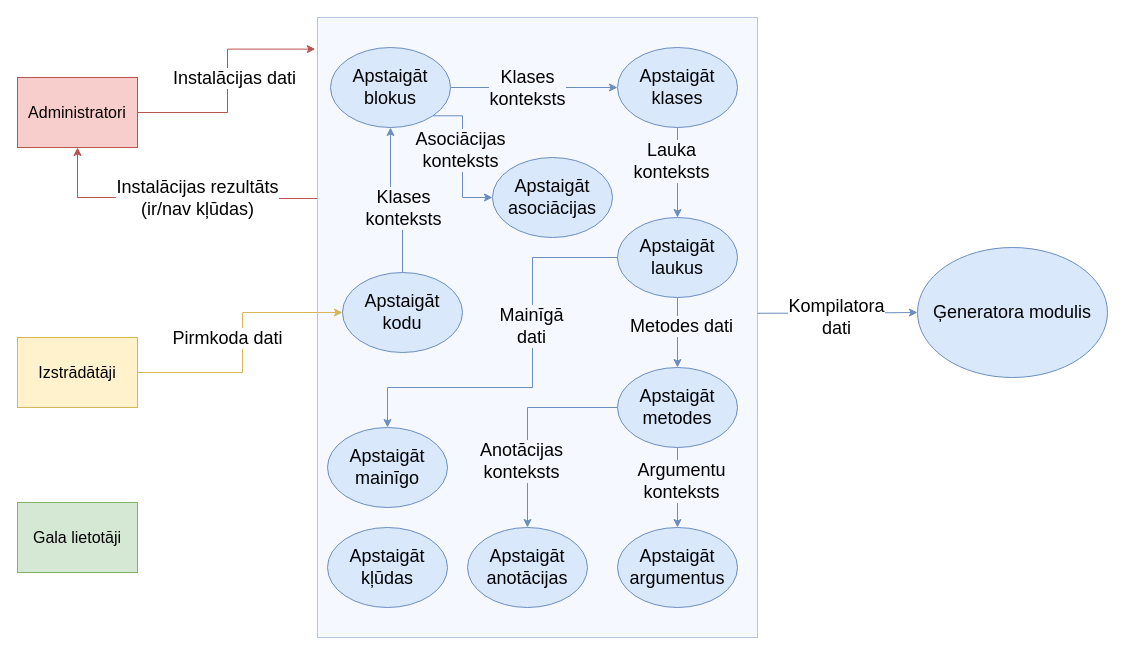
Above: page "Kompilatora modulis" (4 of 9) of src/Kvalifikacijas darbs/arhitektura.drawio in artiks12/webAppOS (draw.io), before the change. Source tidied: cells renumbered, new cells numbered last; positions are measured from the earlier drawing's top-left corner, leaving out a move shared by most shapes. Both pictures are drawn from the tidied source at 100%, with x=0, y=0 at pixel (17, 17).
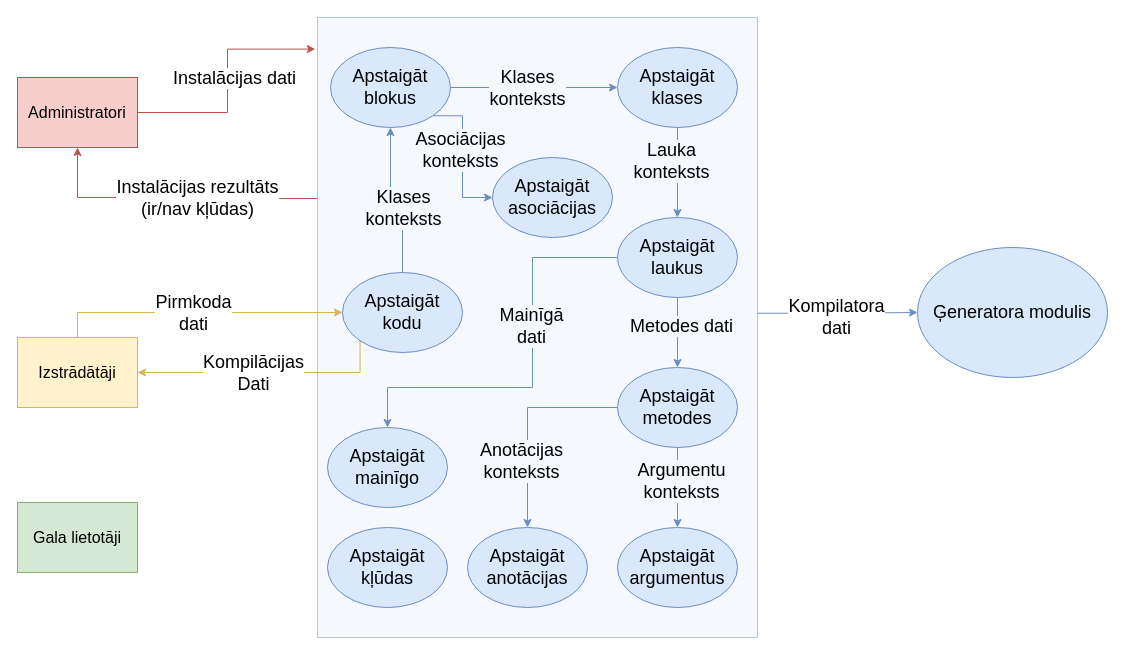
Above is the later version.

Unchanged cells that the change refers to:
```xml
<mxCell id="19" value="&lt;font size=&quot;3&quot;&gt;Izstrādātāji&lt;/font&gt;" style="rounded=0;whiteSpace=wrap;html=1;fillColor=#fff2cc;strokeColor=#d6b656;" parent="1" vertex="1">
  <mxGeometry y="320" width="120" height="70" as="geometry" />
</mxCell>
<mxCell id="39" value="&lt;font style=&quot;font-size: 18px&quot;&gt;Apstaigāt&lt;br&gt;kodu&lt;br&gt;&lt;/font&gt;" style="ellipse;whiteSpace=wrap;html=1;fillColor=#dae8fc;strokeColor=#6c8ebf;" parent="1" vertex="1">
  <mxGeometry x="325" y="255" width="120" height="80" as="geometry" />
</mxCell>
```

Change to the diagram source:
```diff
@@
-    <mxCell id="17" style="edgeStyle=orthogonalEdgeStyle;rounded=0;jettySize=auto;html=1;fillColor=#fff2cc;strokeColor=#d6b656;entryX=0;entryY=0.5;entryDx=0;entryDy=0;" parent="1" edge="1" source="19" target="39">
+    <mxCell id="17" style="edgeStyle=orthogonalEdgeStyle;rounded=0;jettySize=auto;html=1;fillColor=#fff2cc;strokeColor=#d6b656;entryX=0;entryY=0.5;entryDx=0;entryDy=0;exitX=0.5;exitY=0;exitDx=0;exitDy=0;" parent="1" edge="1" source="19" target="39">
       <mxGeometry relative="1" as="geometry">
         <Array as="points">
-          <mxPoint x="225" y="355" />
-          <mxPoint x="225" y="295" />
+          <mxPoint x="60" y="295" />
         </Array>
       </mxGeometry>
     </mxCell>
-    <mxCell id="18" value="&lt;font style=&quot;font-size: 18px&quot;&gt;Pirmkoda dati&lt;/font&gt;" style="edgeLabel;html=1;align=center;verticalAlign=middle;" parent="17" vertex="1">
+    <mxCell id="18" value="&lt;font style=&quot;font-size: 18px&quot;&gt;Pirmkoda &lt;br&gt;dati&lt;/font&gt;" style="edgeLabel;html=1;align=center;verticalAlign=middle;" parent="17" vertex="1">
       <mxGeometry x="-0.25" y="2" relative="1" as="geometry">
-        <mxPoint x="-10" y="-33" as="offset" />
+        <mxPoint x="31" y="2" as="offset" />
       </mxGeometry>
     </mxCell>
@@
+    <mxCell id="41" style="edgeStyle=orthogonalEdgeStyle;rounded=0;jettySize=auto;html=1;exitX=0;exitY=1;exitDx=0;exitDy=0;entryX=1;entryY=0.5;entryDx=0;entryDy=0;fillColor=#fff2cc;strokeColor=#d6b656;" parent="1" edge="1" source="39" target="19">
+      <mxGeometry relative="1" as="geometry">
+        <Array as="points">
+          <mxPoint x="343" y="355" />
+        </Array>
+      </mxGeometry>
+    </mxCell>
+    <mxCell id="42" value="&lt;font style=&quot;font-size: 18px&quot;&gt;Kompilācijas&lt;br&gt;Dati&lt;br&gt;&lt;/font&gt;" style="edgeLabel;html=1;align=center;verticalAlign=middle;" parent="41" vertex="1">
+      <mxGeometry x="0.17" y="-1" relative="1" as="geometry">
+        <mxPoint x="10" y="1" as="offset" />
+      </mxGeometry>
+    </mxCell>
```
